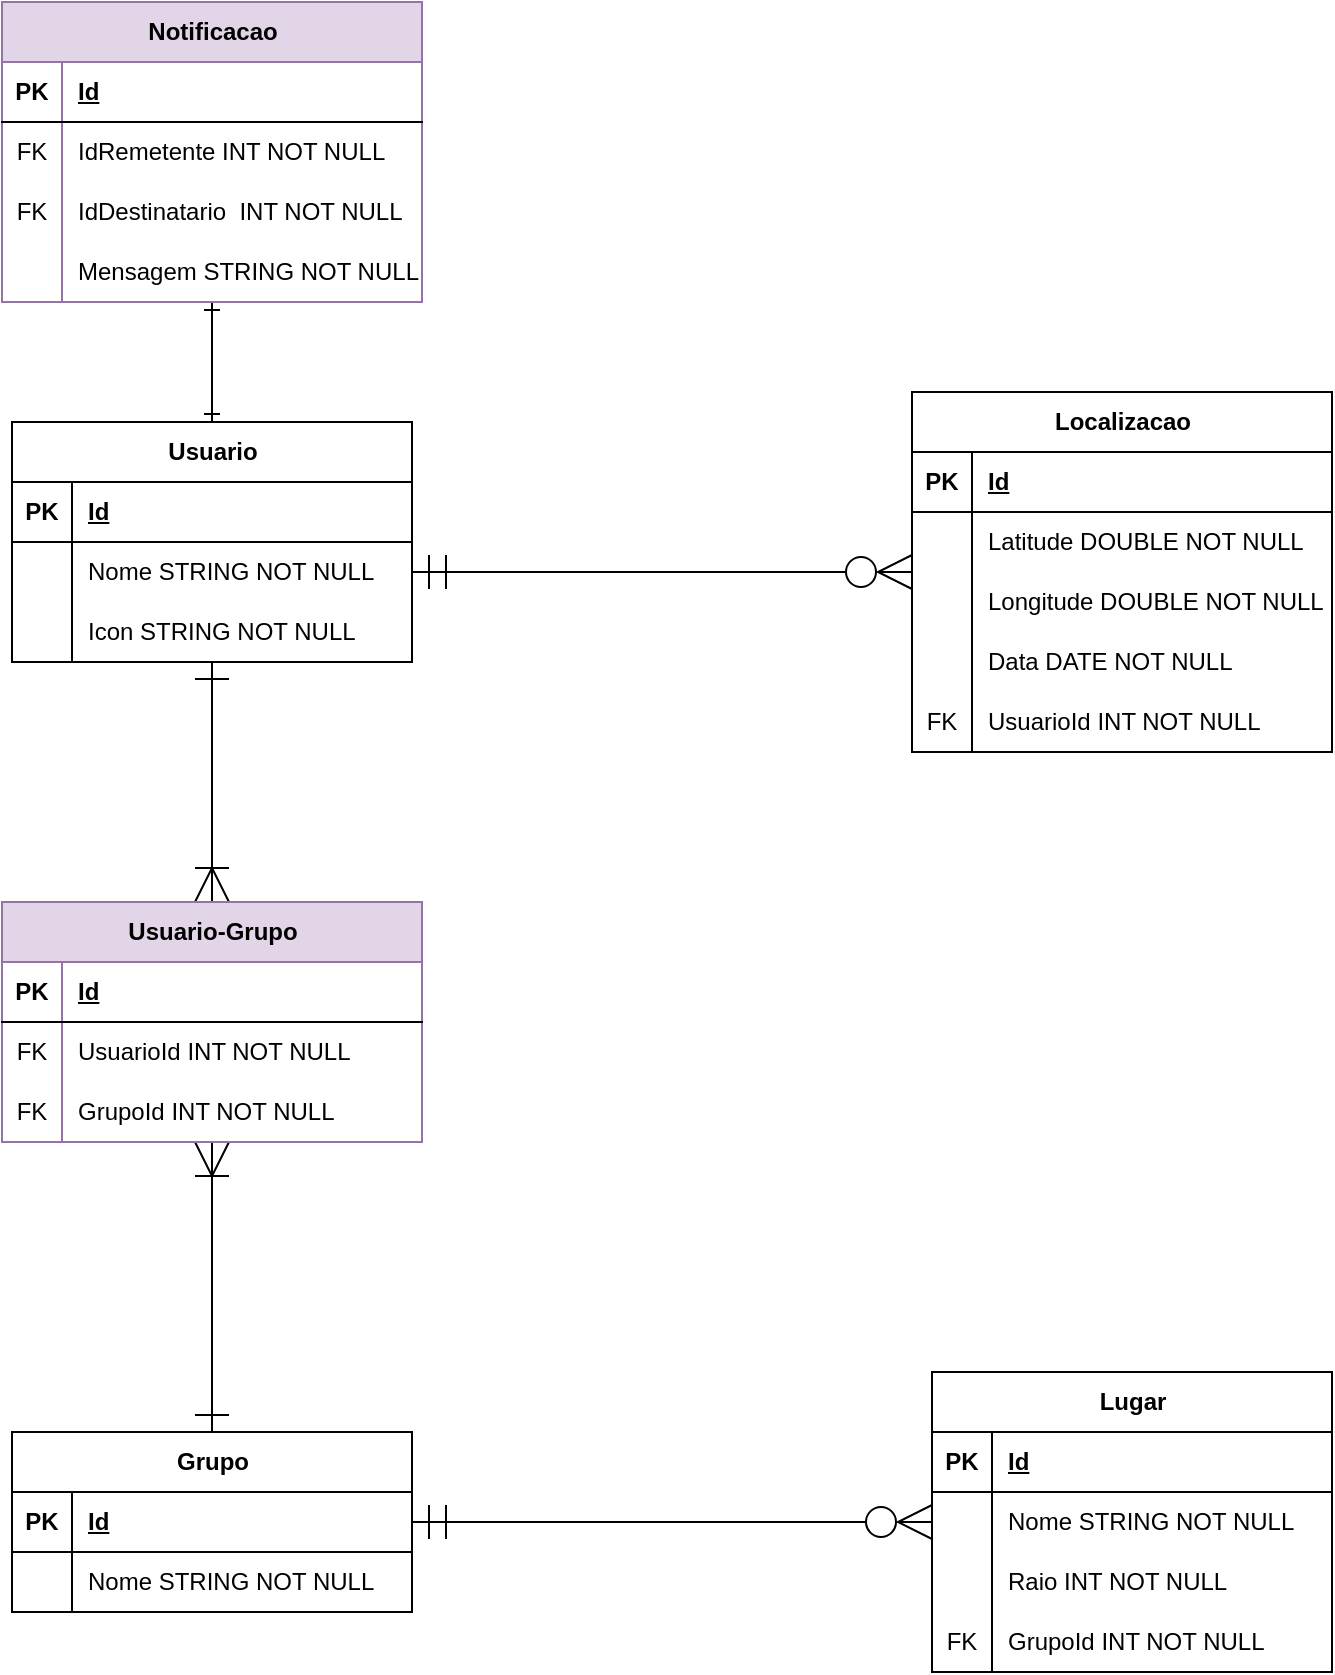
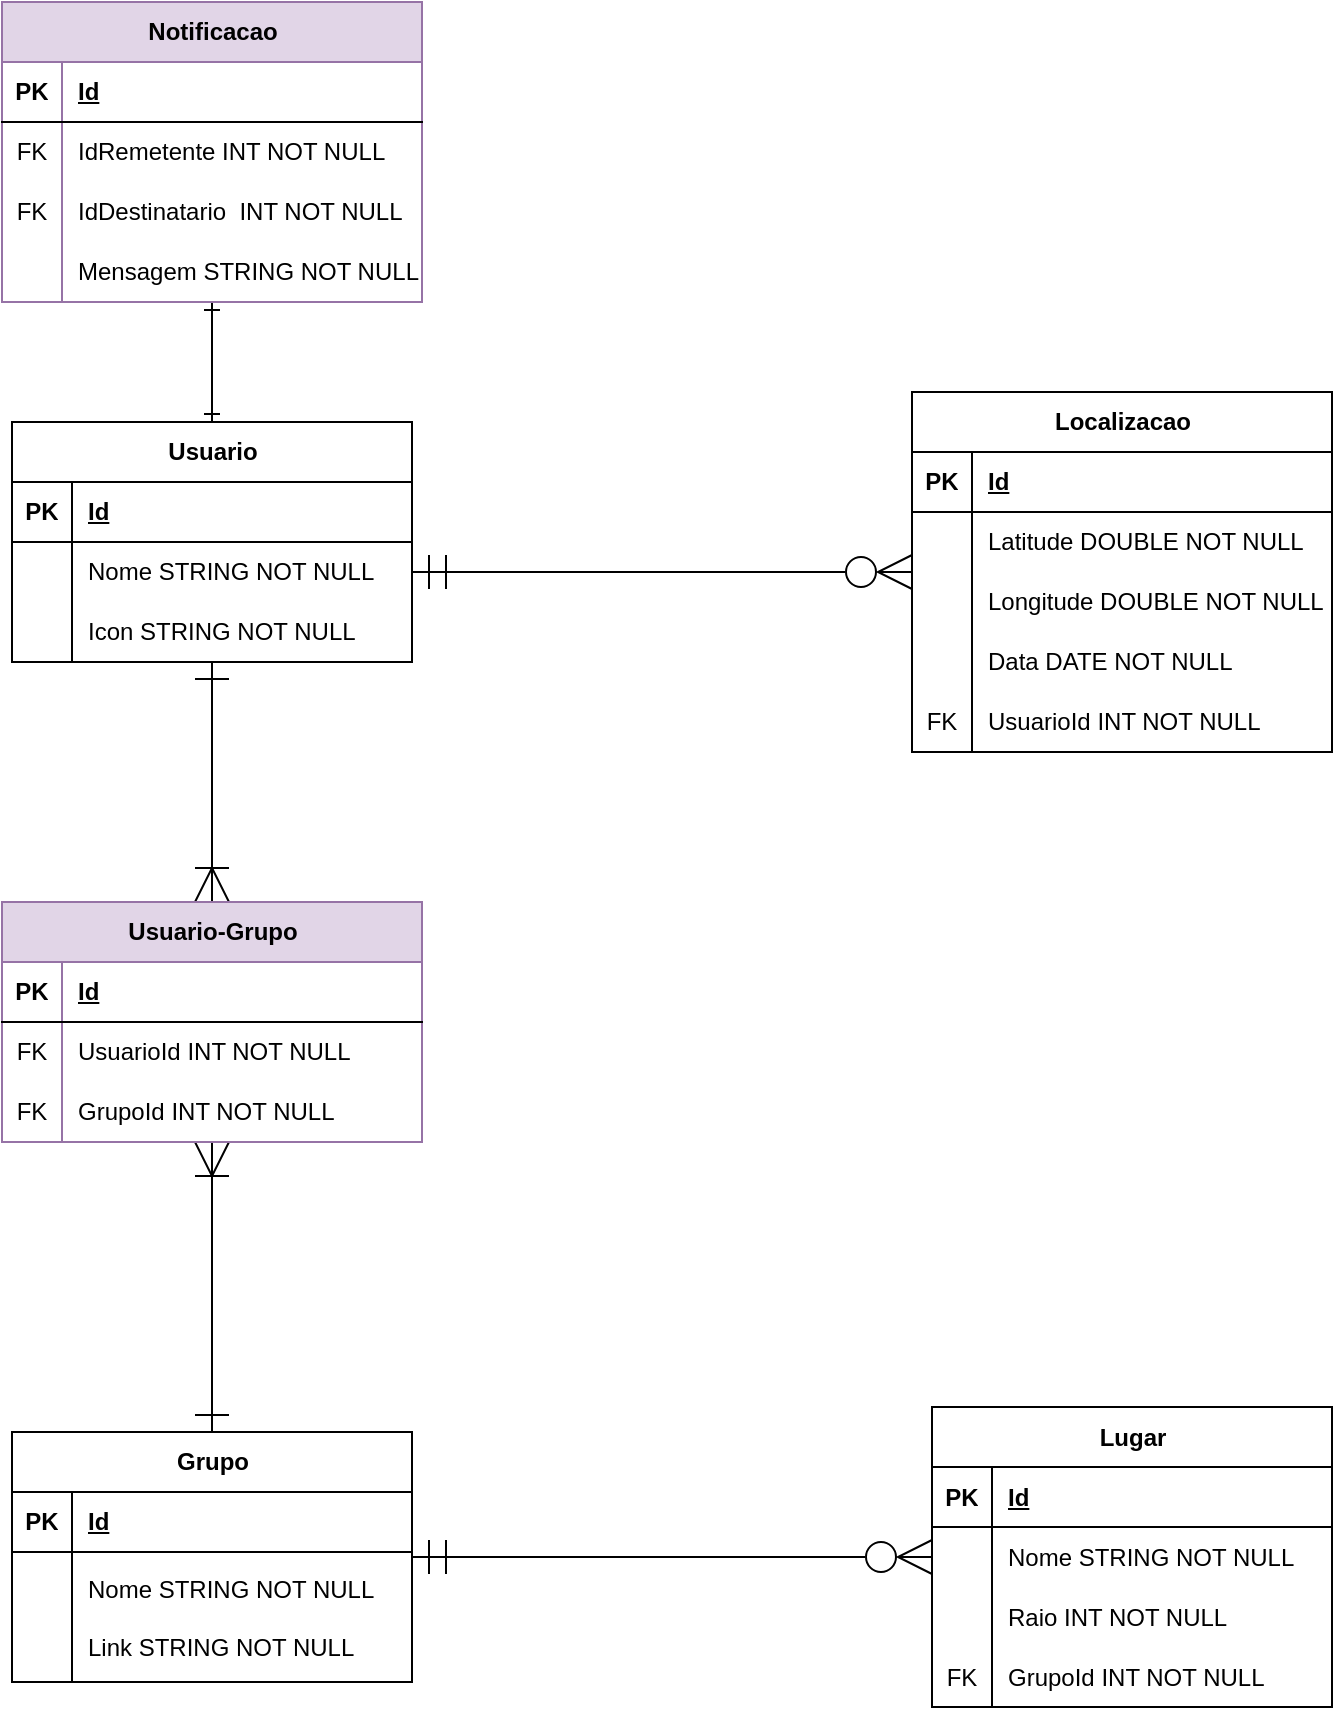
<mxfile host="app.diagrams.net">
  <diagram name="Page-1" id="m7b46AnM7cQUMJwsnzGu">
-     <mxGraphModel dx="774" dy="451" grid="1" gridSize="10" guides="1" tooltips="1" connect="1" arrows="1" fold="1" page="1" pageScale="1" pageWidth="850" pageHeight="1100" math="0" shadow="0">
+     <mxGraphModel dx="1144" dy="586" grid="1" gridSize="10" guides="1" tooltips="1" connect="1" arrows="1" fold="1" page="1" pageScale="1" pageWidth="850" pageHeight="1100" math="0" shadow="0">
      <root>
        <mxCell id="0" />
        <mxCell id="1" parent="0" />
        <mxCell id="LF8_kQ0iKdANGqN5hF_W-2" parent="1" style="shape=table;startSize=30;container=1;collapsible=1;childLayout=tableLayout;fixedRows=1;rowLines=0;fontStyle=1;align=center;resizeLast=1;html=1;" value="Usuario" vertex="1">
          <mxGeometry height="120" width="200" x="50" y="240" as="geometry" />
        </mxCell>
        <mxCell id="LF8_kQ0iKdANGqN5hF_W-3" parent="LF8_kQ0iKdANGqN5hF_W-2" style="shape=tableRow;horizontal=0;startSize=0;swimlaneHead=0;swimlaneBody=0;fillColor=none;collapsible=0;dropTarget=0;points=[[0,0.5],[1,0.5]];portConstraint=eastwest;top=0;left=0;right=0;bottom=1;" value="" vertex="1">
          <mxGeometry height="30" width="200" y="30" as="geometry" />
        </mxCell>
        <mxCell id="LF8_kQ0iKdANGqN5hF_W-4" parent="LF8_kQ0iKdANGqN5hF_W-3" style="shape=partialRectangle;connectable=0;fillColor=none;top=0;left=0;bottom=0;right=0;fontStyle=1;overflow=hidden;whiteSpace=wrap;html=1;" value="PK" vertex="1">
          <mxGeometry height="30" width="30" as="geometry">
            <mxRectangle height="30" width="30" as="alternateBounds" />
          </mxGeometry>
        </mxCell>
        <mxCell id="LF8_kQ0iKdANGqN5hF_W-5" parent="LF8_kQ0iKdANGqN5hF_W-3" style="shape=partialRectangle;connectable=0;fillColor=none;top=0;left=0;bottom=0;right=0;align=left;spacingLeft=6;fontStyle=5;overflow=hidden;whiteSpace=wrap;html=1;" value="Id" vertex="1">
          <mxGeometry height="30" width="170" x="30" as="geometry">
            <mxRectangle height="30" width="170" as="alternateBounds" />
          </mxGeometry>
        </mxCell>
        <mxCell id="LF8_kQ0iKdANGqN5hF_W-6" parent="LF8_kQ0iKdANGqN5hF_W-2" style="shape=tableRow;horizontal=0;startSize=0;swimlaneHead=0;swimlaneBody=0;fillColor=none;collapsible=0;dropTarget=0;points=[[0,0.5],[1,0.5]];portConstraint=eastwest;top=0;left=0;right=0;bottom=0;" value="" vertex="1">
          <mxGeometry height="30" width="200" y="60" as="geometry" />
        </mxCell>
        <mxCell id="LF8_kQ0iKdANGqN5hF_W-7" parent="LF8_kQ0iKdANGqN5hF_W-6" style="shape=partialRectangle;connectable=0;fillColor=none;top=0;left=0;bottom=0;right=0;editable=1;overflow=hidden;whiteSpace=wrap;html=1;" value="" vertex="1">
          <mxGeometry height="30" width="30" as="geometry">
            <mxRectangle height="30" width="30" as="alternateBounds" />
          </mxGeometry>
        </mxCell>
        <mxCell id="LF8_kQ0iKdANGqN5hF_W-8" parent="LF8_kQ0iKdANGqN5hF_W-6" style="shape=partialRectangle;connectable=0;fillColor=none;top=0;left=0;bottom=0;right=0;align=left;spacingLeft=6;overflow=hidden;whiteSpace=wrap;html=1;" value="Nome STRING NOT NULL" vertex="1">
          <mxGeometry height="30" width="170" x="30" as="geometry">
            <mxRectangle height="30" width="170" as="alternateBounds" />
          </mxGeometry>
        </mxCell>
        <mxCell id="LF8_kQ0iKdANGqN5hF_W-9" parent="LF8_kQ0iKdANGqN5hF_W-2" style="shape=tableRow;horizontal=0;startSize=0;swimlaneHead=0;swimlaneBody=0;fillColor=none;collapsible=0;dropTarget=0;points=[[0,0.5],[1,0.5]];portConstraint=eastwest;top=0;left=0;right=0;bottom=0;" value="" vertex="1">
          <mxGeometry height="30" width="200" y="90" as="geometry" />
        </mxCell>
        <mxCell id="LF8_kQ0iKdANGqN5hF_W-10" parent="LF8_kQ0iKdANGqN5hF_W-9" style="shape=partialRectangle;connectable=0;fillColor=none;top=0;left=0;bottom=0;right=0;editable=1;overflow=hidden;whiteSpace=wrap;html=1;" value="" vertex="1">
          <mxGeometry height="30" width="30" as="geometry">
            <mxRectangle height="30" width="30" as="alternateBounds" />
          </mxGeometry>
        </mxCell>
        <mxCell id="LF8_kQ0iKdANGqN5hF_W-11" parent="LF8_kQ0iKdANGqN5hF_W-9" style="shape=partialRectangle;connectable=0;fillColor=none;top=0;left=0;bottom=0;right=0;align=left;spacingLeft=6;overflow=hidden;whiteSpace=wrap;html=1;" value="Icon STRING NOT NULL" vertex="1">
          <mxGeometry height="30" width="170" x="30" as="geometry">
            <mxRectangle height="30" width="170" as="alternateBounds" />
          </mxGeometry>
        </mxCell>
        <mxCell id="LF8_kQ0iKdANGqN5hF_W-16" parent="1" style="shape=table;startSize=30;container=1;collapsible=1;childLayout=tableLayout;fixedRows=1;rowLines=0;fontStyle=1;align=center;resizeLast=1;html=1;" value="Lugar" vertex="1">
-           <mxGeometry height="150" width="200" x="510" y="715" as="geometry" />
+           <mxGeometry height="150" width="200" x="510" y="732.5" as="geometry" />
        </mxCell>
        <mxCell id="LF8_kQ0iKdANGqN5hF_W-17" parent="LF8_kQ0iKdANGqN5hF_W-16" style="shape=tableRow;horizontal=0;startSize=0;swimlaneHead=0;swimlaneBody=0;fillColor=none;collapsible=0;dropTarget=0;points=[[0,0.5],[1,0.5]];portConstraint=eastwest;top=0;left=0;right=0;bottom=1;" value="" vertex="1">
          <mxGeometry height="30" width="200" y="30" as="geometry" />
        </mxCell>
        <mxCell id="LF8_kQ0iKdANGqN5hF_W-18" parent="LF8_kQ0iKdANGqN5hF_W-17" style="shape=partialRectangle;connectable=0;fillColor=none;top=0;left=0;bottom=0;right=0;fontStyle=1;overflow=hidden;whiteSpace=wrap;html=1;" value="PK" vertex="1">
          <mxGeometry height="30" width="30" as="geometry">
            <mxRectangle height="30" width="30" as="alternateBounds" />
          </mxGeometry>
        </mxCell>
        <mxCell id="LF8_kQ0iKdANGqN5hF_W-19" parent="LF8_kQ0iKdANGqN5hF_W-17" style="shape=partialRectangle;connectable=0;fillColor=none;top=0;left=0;bottom=0;right=0;align=left;spacingLeft=6;fontStyle=5;overflow=hidden;whiteSpace=wrap;html=1;" value="Id" vertex="1">
          <mxGeometry height="30" width="170" x="30" as="geometry">
            <mxRectangle height="30" width="170" as="alternateBounds" />
          </mxGeometry>
        </mxCell>
        <mxCell id="LF8_kQ0iKdANGqN5hF_W-20" parent="LF8_kQ0iKdANGqN5hF_W-16" style="shape=tableRow;horizontal=0;startSize=0;swimlaneHead=0;swimlaneBody=0;fillColor=none;collapsible=0;dropTarget=0;points=[[0,0.5],[1,0.5]];portConstraint=eastwest;top=0;left=0;right=0;bottom=0;" value="" vertex="1">
          <mxGeometry height="30" width="200" y="60" as="geometry" />
        </mxCell>
        <mxCell id="LF8_kQ0iKdANGqN5hF_W-21" parent="LF8_kQ0iKdANGqN5hF_W-20" style="shape=partialRectangle;connectable=0;fillColor=none;top=0;left=0;bottom=0;right=0;editable=1;overflow=hidden;whiteSpace=wrap;html=1;" value="" vertex="1">
          <mxGeometry height="30" width="30" as="geometry">
            <mxRectangle height="30" width="30" as="alternateBounds" />
          </mxGeometry>
        </mxCell>
        <mxCell id="LF8_kQ0iKdANGqN5hF_W-22" parent="LF8_kQ0iKdANGqN5hF_W-20" style="shape=partialRectangle;connectable=0;fillColor=none;top=0;left=0;bottom=0;right=0;align=left;spacingLeft=6;overflow=hidden;whiteSpace=wrap;html=1;" value="Nome STRING NOT NULL" vertex="1">
          <mxGeometry height="30" width="170" x="30" as="geometry">
            <mxRectangle height="30" width="170" as="alternateBounds" />
          </mxGeometry>
        </mxCell>
        <mxCell id="LF8_kQ0iKdANGqN5hF_W-23" parent="LF8_kQ0iKdANGqN5hF_W-16" style="shape=tableRow;horizontal=0;startSize=0;swimlaneHead=0;swimlaneBody=0;fillColor=none;collapsible=0;dropTarget=0;points=[[0,0.5],[1,0.5]];portConstraint=eastwest;top=0;left=0;right=0;bottom=0;" value="" vertex="1">
          <mxGeometry height="30" width="200" y="90" as="geometry" />
        </mxCell>
        <mxCell id="LF8_kQ0iKdANGqN5hF_W-24" parent="LF8_kQ0iKdANGqN5hF_W-23" style="shape=partialRectangle;connectable=0;fillColor=none;top=0;left=0;bottom=0;right=0;editable=1;overflow=hidden;whiteSpace=wrap;html=1;" value="" vertex="1">
          <mxGeometry height="30" width="30" as="geometry">
            <mxRectangle height="30" width="30" as="alternateBounds" />
          </mxGeometry>
        </mxCell>
        <mxCell id="LF8_kQ0iKdANGqN5hF_W-25" parent="LF8_kQ0iKdANGqN5hF_W-23" style="shape=partialRectangle;connectable=0;fillColor=none;top=0;left=0;bottom=0;right=0;align=left;spacingLeft=6;overflow=hidden;whiteSpace=wrap;html=1;" value="Raio INT NOT NULL" vertex="1">
          <mxGeometry height="30" width="170" x="30" as="geometry">
            <mxRectangle height="30" width="170" as="alternateBounds" />
          </mxGeometry>
        </mxCell>
        <mxCell id="LF8_kQ0iKdANGqN5hF_W-58" parent="LF8_kQ0iKdANGqN5hF_W-16" style="shape=tableRow;horizontal=0;startSize=0;swimlaneHead=0;swimlaneBody=0;fillColor=none;collapsible=0;dropTarget=0;points=[[0,0.5],[1,0.5]];portConstraint=eastwest;top=0;left=0;right=0;bottom=0;" value="" vertex="1">
          <mxGeometry height="30" width="200" y="120" as="geometry" />
        </mxCell>
        <mxCell id="LF8_kQ0iKdANGqN5hF_W-59" parent="LF8_kQ0iKdANGqN5hF_W-58" style="shape=partialRectangle;connectable=0;fillColor=none;top=0;left=0;bottom=0;right=0;editable=1;overflow=hidden;whiteSpace=wrap;html=1;" value="FK" vertex="1">
          <mxGeometry height="30" width="30" as="geometry">
            <mxRectangle height="30" width="30" as="alternateBounds" />
          </mxGeometry>
        </mxCell>
        <mxCell id="LF8_kQ0iKdANGqN5hF_W-60" parent="LF8_kQ0iKdANGqN5hF_W-58" style="shape=partialRectangle;connectable=0;fillColor=none;top=0;left=0;bottom=0;right=0;align=left;spacingLeft=6;overflow=hidden;whiteSpace=wrap;html=1;" value="GrupoId INT NOT NULL" vertex="1">
          <mxGeometry height="30" width="170" x="30" as="geometry">
            <mxRectangle height="30" width="170" as="alternateBounds" />
          </mxGeometry>
        </mxCell>
        <mxCell id="LF8_kQ0iKdANGqN5hF_W-61" edge="1" parent="1" source="LF8_kQ0iKdANGqN5hF_W-26" style="edgeStyle=orthogonalEdgeStyle;rounded=0;orthogonalLoop=1;jettySize=auto;html=1;startSize=15;endSize=15;endArrow=ERzeroToMany;endFill=0;startArrow=ERmandOne;startFill=0;" target="LF8_kQ0iKdANGqN5hF_W-16">
          <mxGeometry relative="1" as="geometry" />
        </mxCell>
        <mxCell id="LF8_kQ0iKdANGqN5hF_W-26" parent="1" style="shape=table;startSize=30;container=1;collapsible=1;childLayout=tableLayout;fixedRows=1;rowLines=0;fontStyle=1;align=center;resizeLast=1;html=1;" value="Grupo" vertex="1">
-           <mxGeometry height="90" width="200" x="50" y="745" as="geometry" />
+           <mxGeometry height="125" width="200" x="50" y="745" as="geometry" />
        </mxCell>
        <mxCell id="LF8_kQ0iKdANGqN5hF_W-27" parent="LF8_kQ0iKdANGqN5hF_W-26" style="shape=tableRow;horizontal=0;startSize=0;swimlaneHead=0;swimlaneBody=0;fillColor=none;collapsible=0;dropTarget=0;points=[[0,0.5],[1,0.5]];portConstraint=eastwest;top=0;left=0;right=0;bottom=1;" value="" vertex="1">
          <mxGeometry height="30" width="200" y="30" as="geometry" />
        </mxCell>
        <mxCell id="LF8_kQ0iKdANGqN5hF_W-28" parent="LF8_kQ0iKdANGqN5hF_W-27" style="shape=partialRectangle;connectable=0;fillColor=none;top=0;left=0;bottom=0;right=0;fontStyle=1;overflow=hidden;whiteSpace=wrap;html=1;" value="PK" vertex="1">
          <mxGeometry height="30" width="30" as="geometry">
            <mxRectangle height="30" width="30" as="alternateBounds" />
          </mxGeometry>
        </mxCell>
        <mxCell id="LF8_kQ0iKdANGqN5hF_W-29" parent="LF8_kQ0iKdANGqN5hF_W-27" style="shape=partialRectangle;connectable=0;fillColor=none;top=0;left=0;bottom=0;right=0;align=left;spacingLeft=6;fontStyle=5;overflow=hidden;whiteSpace=wrap;html=1;" value="Id" vertex="1">
          <mxGeometry height="30" width="170" x="30" as="geometry">
            <mxRectangle height="30" width="170" as="alternateBounds" />
          </mxGeometry>
        </mxCell>
        <mxCell id="LF8_kQ0iKdANGqN5hF_W-30" parent="LF8_kQ0iKdANGqN5hF_W-26" style="shape=tableRow;horizontal=0;startSize=0;swimlaneHead=0;swimlaneBody=0;fillColor=none;collapsible=0;dropTarget=0;points=[[0,0.5],[1,0.5]];portConstraint=eastwest;top=0;left=0;right=0;bottom=0;" value="" vertex="1">
-           <mxGeometry height="30" width="200" y="60" as="geometry" />
+           <mxGeometry height="65" width="200" y="60" as="geometry" />
        </mxCell>
        <mxCell id="LF8_kQ0iKdANGqN5hF_W-31" parent="LF8_kQ0iKdANGqN5hF_W-30" style="shape=partialRectangle;connectable=0;fillColor=none;top=0;left=0;bottom=0;right=0;editable=1;overflow=hidden;whiteSpace=wrap;html=1;" value="" vertex="1">
-           <mxGeometry height="30" width="30" as="geometry">
-             <mxRectangle height="30" width="30" as="alternateBounds" />
-           </mxGeometry>
-         </mxCell>
-         <mxCell id="LF8_kQ0iKdANGqN5hF_W-32" parent="LF8_kQ0iKdANGqN5hF_W-30" style="shape=partialRectangle;connectable=0;fillColor=none;top=0;left=0;bottom=0;right=0;align=left;spacingLeft=6;overflow=hidden;whiteSpace=wrap;html=1;" value="Nome STRING NOT NULL" vertex="1">
-           <mxGeometry height="30" width="170" x="30" as="geometry">
-             <mxRectangle height="30" width="170" as="alternateBounds" />
+           <mxGeometry height="65" width="30" as="geometry">
+             <mxRectangle height="65" width="30" as="alternateBounds" />
+           </mxGeometry>
+         </mxCell>
+         <mxCell id="LF8_kQ0iKdANGqN5hF_W-32" parent="LF8_kQ0iKdANGqN5hF_W-30" style="shape=partialRectangle;connectable=0;fillColor=none;top=0;left=0;bottom=0;right=0;align=left;spacingLeft=6;overflow=hidden;whiteSpace=wrap;html=1;" value="Nome STRING NOT NULL&lt;br&gt;&lt;br&gt;Link STRING NOT NULL" vertex="1">
+           <mxGeometry height="65" width="170" x="30" as="geometry">
+             <mxRectangle height="65" width="170" as="alternateBounds" />
          </mxGeometry>
        </mxCell>
        <mxCell id="LF8_kQ0iKdANGqN5hF_W-46" edge="1" parent="1" source="pwChbauiJQ-CAq7XykuY-1" style="edgeStyle=orthogonalEdgeStyle;rounded=0;orthogonalLoop=1;jettySize=auto;html=1;endSize=15;startSize=15;endArrow=ERone;endFill=0;startArrow=ERoneToMany;startFill=0;" target="LF8_kQ0iKdANGqN5hF_W-2">
          <mxGeometry relative="1" as="geometry">
            <mxPoint x="145" y="380" as="sourcePoint" />
          </mxGeometry>
        </mxCell>
        <mxCell id="LF8_kQ0iKdANGqN5hF_W-63" parent="1" style="shape=table;startSize=30;container=1;collapsible=1;childLayout=tableLayout;fixedRows=1;rowLines=0;fontStyle=1;align=center;resizeLast=1;html=1;" value="Localizacao" vertex="1">
          <mxGeometry height="180" width="210" x="500" y="225" as="geometry" />
        </mxCell>
        <mxCell id="LF8_kQ0iKdANGqN5hF_W-64" parent="LF8_kQ0iKdANGqN5hF_W-63" style="shape=tableRow;horizontal=0;startSize=0;swimlaneHead=0;swimlaneBody=0;fillColor=none;collapsible=0;dropTarget=0;points=[[0,0.5],[1,0.5]];portConstraint=eastwest;top=0;left=0;right=0;bottom=1;" value="" vertex="1">
          <mxGeometry height="30" width="210" y="30" as="geometry" />
        </mxCell>
        <mxCell id="LF8_kQ0iKdANGqN5hF_W-65" parent="LF8_kQ0iKdANGqN5hF_W-64" style="shape=partialRectangle;connectable=0;fillColor=none;top=0;left=0;bottom=0;right=0;fontStyle=1;overflow=hidden;whiteSpace=wrap;html=1;" value="PK" vertex="1">
          <mxGeometry height="30" width="30" as="geometry">
            <mxRectangle height="30" width="30" as="alternateBounds" />
          </mxGeometry>
        </mxCell>
        <mxCell id="LF8_kQ0iKdANGqN5hF_W-66" parent="LF8_kQ0iKdANGqN5hF_W-64" style="shape=partialRectangle;connectable=0;fillColor=none;top=0;left=0;bottom=0;right=0;align=left;spacingLeft=6;fontStyle=5;overflow=hidden;whiteSpace=wrap;html=1;" value="Id" vertex="1">
          <mxGeometry height="30" width="180" x="30" as="geometry">
            <mxRectangle height="30" width="180" as="alternateBounds" />
          </mxGeometry>
        </mxCell>
        <mxCell id="LF8_kQ0iKdANGqN5hF_W-67" parent="LF8_kQ0iKdANGqN5hF_W-63" style="shape=tableRow;horizontal=0;startSize=0;swimlaneHead=0;swimlaneBody=0;fillColor=none;collapsible=0;dropTarget=0;points=[[0,0.5],[1,0.5]];portConstraint=eastwest;top=0;left=0;right=0;bottom=0;" value="" vertex="1">
          <mxGeometry height="30" width="210" y="60" as="geometry" />
        </mxCell>
        <mxCell id="LF8_kQ0iKdANGqN5hF_W-68" parent="LF8_kQ0iKdANGqN5hF_W-67" style="shape=partialRectangle;connectable=0;fillColor=none;top=0;left=0;bottom=0;right=0;editable=1;overflow=hidden;whiteSpace=wrap;html=1;" value="" vertex="1">
          <mxGeometry height="30" width="30" as="geometry">
            <mxRectangle height="30" width="30" as="alternateBounds" />
          </mxGeometry>
        </mxCell>
        <mxCell id="LF8_kQ0iKdANGqN5hF_W-69" parent="LF8_kQ0iKdANGqN5hF_W-67" style="shape=partialRectangle;connectable=0;fillColor=none;top=0;left=0;bottom=0;right=0;align=left;spacingLeft=6;overflow=hidden;whiteSpace=wrap;html=1;" value="Latitude DOUBLE NOT NULL" vertex="1">
          <mxGeometry height="30" width="180" x="30" as="geometry">
            <mxRectangle height="30" width="180" as="alternateBounds" />
          </mxGeometry>
        </mxCell>
        <mxCell id="LF8_kQ0iKdANGqN5hF_W-70" parent="LF8_kQ0iKdANGqN5hF_W-63" style="shape=tableRow;horizontal=0;startSize=0;swimlaneHead=0;swimlaneBody=0;fillColor=none;collapsible=0;dropTarget=0;points=[[0,0.5],[1,0.5]];portConstraint=eastwest;top=0;left=0;right=0;bottom=0;" value="" vertex="1">
          <mxGeometry height="30" width="210" y="90" as="geometry" />
        </mxCell>
        <mxCell id="LF8_kQ0iKdANGqN5hF_W-71" parent="LF8_kQ0iKdANGqN5hF_W-70" style="shape=partialRectangle;connectable=0;fillColor=none;top=0;left=0;bottom=0;right=0;editable=1;overflow=hidden;whiteSpace=wrap;html=1;" value="" vertex="1">
          <mxGeometry height="30" width="30" as="geometry">
            <mxRectangle height="30" width="30" as="alternateBounds" />
          </mxGeometry>
        </mxCell>
        <mxCell id="LF8_kQ0iKdANGqN5hF_W-72" parent="LF8_kQ0iKdANGqN5hF_W-70" style="shape=partialRectangle;connectable=0;fillColor=none;top=0;left=0;bottom=0;right=0;align=left;spacingLeft=6;overflow=hidden;whiteSpace=wrap;html=1;" value="Longitude DOUBLE NOT NULL" vertex="1">
          <mxGeometry height="30" width="180" x="30" as="geometry">
            <mxRectangle height="30" width="180" as="alternateBounds" />
          </mxGeometry>
        </mxCell>
        <mxCell id="LF8_kQ0iKdANGqN5hF_W-73" parent="LF8_kQ0iKdANGqN5hF_W-63" style="shape=tableRow;horizontal=0;startSize=0;swimlaneHead=0;swimlaneBody=0;fillColor=none;collapsible=0;dropTarget=0;points=[[0,0.5],[1,0.5]];portConstraint=eastwest;top=0;left=0;right=0;bottom=0;" value="" vertex="1">
          <mxGeometry height="30" width="210" y="120" as="geometry" />
        </mxCell>
        <mxCell id="LF8_kQ0iKdANGqN5hF_W-74" parent="LF8_kQ0iKdANGqN5hF_W-73" style="shape=partialRectangle;connectable=0;fillColor=none;top=0;left=0;bottom=0;right=0;editable=1;overflow=hidden;whiteSpace=wrap;html=1;" value="" vertex="1">
          <mxGeometry height="30" width="30" as="geometry">
            <mxRectangle height="30" width="30" as="alternateBounds" />
          </mxGeometry>
        </mxCell>
        <mxCell id="LF8_kQ0iKdANGqN5hF_W-75" parent="LF8_kQ0iKdANGqN5hF_W-73" style="shape=partialRectangle;connectable=0;fillColor=none;top=0;left=0;bottom=0;right=0;align=left;spacingLeft=6;overflow=hidden;whiteSpace=wrap;html=1;" value="Data DATE NOT NULL" vertex="1">
          <mxGeometry height="30" width="180" x="30" as="geometry">
            <mxRectangle height="30" width="180" as="alternateBounds" />
          </mxGeometry>
        </mxCell>
        <mxCell id="LF8_kQ0iKdANGqN5hF_W-76" parent="LF8_kQ0iKdANGqN5hF_W-63" style="shape=tableRow;horizontal=0;startSize=0;swimlaneHead=0;swimlaneBody=0;fillColor=none;collapsible=0;dropTarget=0;points=[[0,0.5],[1,0.5]];portConstraint=eastwest;top=0;left=0;right=0;bottom=0;" value="" vertex="1">
          <mxGeometry height="30" width="210" y="150" as="geometry" />
        </mxCell>
        <mxCell id="LF8_kQ0iKdANGqN5hF_W-77" parent="LF8_kQ0iKdANGqN5hF_W-76" style="shape=partialRectangle;connectable=0;fillColor=none;top=0;left=0;bottom=0;right=0;editable=1;overflow=hidden;whiteSpace=wrap;html=1;" value="FK" vertex="1">
          <mxGeometry height="30" width="30" as="geometry">
            <mxRectangle height="30" width="30" as="alternateBounds" />
          </mxGeometry>
        </mxCell>
        <mxCell id="LF8_kQ0iKdANGqN5hF_W-78" parent="LF8_kQ0iKdANGqN5hF_W-76" style="shape=partialRectangle;connectable=0;fillColor=none;top=0;left=0;bottom=0;right=0;align=left;spacingLeft=6;overflow=hidden;whiteSpace=wrap;html=1;" value="UsuarioId INT NOT NULL" vertex="1">
          <mxGeometry height="30" width="180" x="30" as="geometry">
            <mxRectangle height="30" width="180" as="alternateBounds" />
          </mxGeometry>
        </mxCell>
        <mxCell id="LF8_kQ0iKdANGqN5hF_W-79" edge="1" parent="1" source="LF8_kQ0iKdANGqN5hF_W-6" style="edgeStyle=orthogonalEdgeStyle;rounded=0;orthogonalLoop=1;jettySize=auto;html=1;exitX=1;exitY=0.5;exitDx=0;exitDy=0;startSize=15;endSize=15;endArrow=ERzeroToMany;endFill=0;startArrow=ERmandOne;startFill=0;" target="LF8_kQ0iKdANGqN5hF_W-63">
          <mxGeometry relative="1" as="geometry" />
        </mxCell>
        <mxCell id="pwChbauiJQ-CAq7XykuY-17" edge="1" parent="1" source="pwChbauiJQ-CAq7XykuY-1" style="edgeStyle=orthogonalEdgeStyle;rounded=0;orthogonalLoop=1;jettySize=auto;html=1;endSize=15;startSize=15;endArrow=ERone;endFill=0;startArrow=ERoneToMany;startFill=0;entryX=0.5;entryY=0;entryDx=0;entryDy=0;" target="LF8_kQ0iKdANGqN5hF_W-26" value="">
          <mxGeometry relative="1" as="geometry">
            <mxPoint x="150" y="745" as="sourcePoint" />
            <mxPoint x="150" y="505" as="targetPoint" />
          </mxGeometry>
        </mxCell>
        <mxCell id="pwChbauiJQ-CAq7XykuY-1" parent="1" style="shape=table;startSize=30;container=1;collapsible=1;childLayout=tableLayout;fixedRows=1;rowLines=0;fontStyle=1;align=center;resizeLast=1;html=1;fillColor=#e1d5e7;strokeColor=#9673a6;" value="Usuario-Grupo" vertex="1">
          <mxGeometry height="120" width="210" x="45" y="480" as="geometry" />
        </mxCell>
        <mxCell id="pwChbauiJQ-CAq7XykuY-2" parent="pwChbauiJQ-CAq7XykuY-1" style="shape=tableRow;horizontal=0;startSize=0;swimlaneHead=0;swimlaneBody=0;fillColor=none;collapsible=0;dropTarget=0;points=[[0,0.5],[1,0.5]];portConstraint=eastwest;top=0;left=0;right=0;bottom=1;" value="" vertex="1">
          <mxGeometry height="30" width="210" y="30" as="geometry" />
        </mxCell>
        <mxCell id="pwChbauiJQ-CAq7XykuY-3" parent="pwChbauiJQ-CAq7XykuY-2" style="shape=partialRectangle;connectable=0;fillColor=none;top=0;left=0;bottom=0;right=0;fontStyle=1;overflow=hidden;whiteSpace=wrap;html=1;" value="PK" vertex="1">
          <mxGeometry height="30" width="30" as="geometry">
            <mxRectangle height="30" width="30" as="alternateBounds" />
          </mxGeometry>
        </mxCell>
        <mxCell id="pwChbauiJQ-CAq7XykuY-4" parent="pwChbauiJQ-CAq7XykuY-2" style="shape=partialRectangle;connectable=0;fillColor=none;top=0;left=0;bottom=0;right=0;align=left;spacingLeft=6;fontStyle=5;overflow=hidden;whiteSpace=wrap;html=1;" value="Id" vertex="1">
          <mxGeometry height="30" width="180" x="30" as="geometry">
            <mxRectangle height="30" width="180" as="alternateBounds" />
          </mxGeometry>
        </mxCell>
        <mxCell id="pwChbauiJQ-CAq7XykuY-14" parent="pwChbauiJQ-CAq7XykuY-1" style="shape=tableRow;horizontal=0;startSize=0;swimlaneHead=0;swimlaneBody=0;fillColor=none;collapsible=0;dropTarget=0;points=[[0,0.5],[1,0.5]];portConstraint=eastwest;top=0;left=0;right=0;bottom=0;" value="" vertex="1">
          <mxGeometry height="30" width="210" y="60" as="geometry" />
        </mxCell>
        <mxCell id="pwChbauiJQ-CAq7XykuY-15" parent="pwChbauiJQ-CAq7XykuY-14" style="shape=partialRectangle;connectable=0;fillColor=none;top=0;left=0;bottom=0;right=0;editable=1;overflow=hidden;whiteSpace=wrap;html=1;" value="FK" vertex="1">
          <mxGeometry height="30" width="30" as="geometry">
            <mxRectangle height="30" width="30" as="alternateBounds" />
          </mxGeometry>
        </mxCell>
        <mxCell id="pwChbauiJQ-CAq7XykuY-16" parent="pwChbauiJQ-CAq7XykuY-14" style="shape=partialRectangle;connectable=0;fillColor=none;top=0;left=0;bottom=0;right=0;align=left;spacingLeft=6;overflow=hidden;whiteSpace=wrap;html=1;" value="UsuarioId INT NOT NULL" vertex="1">
          <mxGeometry height="30" width="180" x="30" as="geometry">
            <mxRectangle height="30" width="180" as="alternateBounds" />
          </mxGeometry>
        </mxCell>
        <mxCell id="pwChbauiJQ-CAq7XykuY-20" parent="pwChbauiJQ-CAq7XykuY-1" style="shape=tableRow;horizontal=0;startSize=0;swimlaneHead=0;swimlaneBody=0;fillColor=none;collapsible=0;dropTarget=0;points=[[0,0.5],[1,0.5]];portConstraint=eastwest;top=0;left=0;right=0;bottom=0;" vertex="1">
          <mxGeometry height="30" width="210" y="90" as="geometry" />
        </mxCell>
        <mxCell id="pwChbauiJQ-CAq7XykuY-21" parent="pwChbauiJQ-CAq7XykuY-20" style="shape=partialRectangle;connectable=0;fillColor=none;top=0;left=0;bottom=0;right=0;editable=1;overflow=hidden;whiteSpace=wrap;html=1;" value="FK" vertex="1">
          <mxGeometry height="30" width="30" as="geometry">
            <mxRectangle height="30" width="30" as="alternateBounds" />
          </mxGeometry>
        </mxCell>
        <mxCell id="pwChbauiJQ-CAq7XykuY-22" parent="pwChbauiJQ-CAq7XykuY-20" style="shape=partialRectangle;connectable=0;fillColor=none;top=0;left=0;bottom=0;right=0;align=left;spacingLeft=6;overflow=hidden;whiteSpace=wrap;html=1;" value="GrupoId INT NOT NULL" vertex="1">
          <mxGeometry height="30" width="180" x="30" as="geometry">
            <mxRectangle height="30" width="180" as="alternateBounds" />
          </mxGeometry>
        </mxCell>
        <mxCell id="pwChbauiJQ-CAq7XykuY-36" edge="1" parent="1" source="pwChbauiJQ-CAq7XykuY-23" style="edgeStyle=orthogonalEdgeStyle;rounded=0;orthogonalLoop=1;jettySize=auto;html=1;entryX=0.5;entryY=0;entryDx=0;entryDy=0;endArrow=ERone;endFill=0;startArrow=ERone;startFill=0;" target="LF8_kQ0iKdANGqN5hF_W-2">
          <mxGeometry relative="1" as="geometry" />
        </mxCell>
        <mxCell id="pwChbauiJQ-CAq7XykuY-23" parent="1" style="shape=table;startSize=30;container=1;collapsible=1;childLayout=tableLayout;fixedRows=1;rowLines=0;fontStyle=1;align=center;resizeLast=1;html=1;fillColor=#e1d5e7;strokeColor=#9673a6;" value="Notificacao" vertex="1">
          <mxGeometry height="150" width="210" x="45" y="30" as="geometry" />
        </mxCell>
        <mxCell id="pwChbauiJQ-CAq7XykuY-24" parent="pwChbauiJQ-CAq7XykuY-23" style="shape=tableRow;horizontal=0;startSize=0;swimlaneHead=0;swimlaneBody=0;fillColor=none;collapsible=0;dropTarget=0;points=[[0,0.5],[1,0.5]];portConstraint=eastwest;top=0;left=0;right=0;bottom=1;" value="" vertex="1">
          <mxGeometry height="30" width="210" y="30" as="geometry" />
        </mxCell>
        <mxCell id="pwChbauiJQ-CAq7XykuY-25" parent="pwChbauiJQ-CAq7XykuY-24" style="shape=partialRectangle;connectable=0;fillColor=none;top=0;left=0;bottom=0;right=0;fontStyle=1;overflow=hidden;whiteSpace=wrap;html=1;" value="PK" vertex="1">
          <mxGeometry height="30" width="30" as="geometry">
            <mxRectangle height="30" width="30" as="alternateBounds" />
          </mxGeometry>
        </mxCell>
        <mxCell id="pwChbauiJQ-CAq7XykuY-26" parent="pwChbauiJQ-CAq7XykuY-24" style="shape=partialRectangle;connectable=0;fillColor=none;top=0;left=0;bottom=0;right=0;align=left;spacingLeft=6;fontStyle=5;overflow=hidden;whiteSpace=wrap;html=1;" value="Id" vertex="1">
          <mxGeometry height="30" width="180" x="30" as="geometry">
            <mxRectangle height="30" width="180" as="alternateBounds" />
          </mxGeometry>
        </mxCell>
        <mxCell id="pwChbauiJQ-CAq7XykuY-27" parent="pwChbauiJQ-CAq7XykuY-23" style="shape=tableRow;horizontal=0;startSize=0;swimlaneHead=0;swimlaneBody=0;fillColor=none;collapsible=0;dropTarget=0;points=[[0,0.5],[1,0.5]];portConstraint=eastwest;top=0;left=0;right=0;bottom=0;" value="" vertex="1">
          <mxGeometry height="30" width="210" y="60" as="geometry" />
        </mxCell>
        <mxCell id="pwChbauiJQ-CAq7XykuY-28" parent="pwChbauiJQ-CAq7XykuY-27" style="shape=partialRectangle;connectable=0;fillColor=none;top=0;left=0;bottom=0;right=0;editable=1;overflow=hidden;whiteSpace=wrap;html=1;" value="FK" vertex="1">
          <mxGeometry height="30" width="30" as="geometry">
            <mxRectangle height="30" width="30" as="alternateBounds" />
          </mxGeometry>
        </mxCell>
        <mxCell id="pwChbauiJQ-CAq7XykuY-29" parent="pwChbauiJQ-CAq7XykuY-27" style="shape=partialRectangle;connectable=0;fillColor=none;top=0;left=0;bottom=0;right=0;align=left;spacingLeft=6;overflow=hidden;whiteSpace=wrap;html=1;" value="IdRemetente INT NOT NULL" vertex="1">
          <mxGeometry height="30" width="180" x="30" as="geometry">
            <mxRectangle height="30" width="180" as="alternateBounds" />
          </mxGeometry>
        </mxCell>
        <mxCell id="pwChbauiJQ-CAq7XykuY-30" parent="pwChbauiJQ-CAq7XykuY-23" style="shape=tableRow;horizontal=0;startSize=0;swimlaneHead=0;swimlaneBody=0;fillColor=none;collapsible=0;dropTarget=0;points=[[0,0.5],[1,0.5]];portConstraint=eastwest;top=0;left=0;right=0;bottom=0;" vertex="1">
          <mxGeometry height="30" width="210" y="90" as="geometry" />
        </mxCell>
        <mxCell id="pwChbauiJQ-CAq7XykuY-31" parent="pwChbauiJQ-CAq7XykuY-30" style="shape=partialRectangle;connectable=0;fillColor=none;top=0;left=0;bottom=0;right=0;editable=1;overflow=hidden;whiteSpace=wrap;html=1;" value="FK" vertex="1">
          <mxGeometry height="30" width="30" as="geometry">
            <mxRectangle height="30" width="30" as="alternateBounds" />
          </mxGeometry>
        </mxCell>
        <mxCell id="pwChbauiJQ-CAq7XykuY-32" parent="pwChbauiJQ-CAq7XykuY-30" style="shape=partialRectangle;connectable=0;fillColor=none;top=0;left=0;bottom=0;right=0;align=left;spacingLeft=6;overflow=hidden;whiteSpace=wrap;html=1;" value="IdDestinatario&amp;nbsp; INT NOT NULL" vertex="1">
          <mxGeometry height="30" width="180" x="30" as="geometry">
            <mxRectangle height="30" width="180" as="alternateBounds" />
          </mxGeometry>
        </mxCell>
        <mxCell id="pwChbauiJQ-CAq7XykuY-33" parent="pwChbauiJQ-CAq7XykuY-23" style="shape=tableRow;horizontal=0;startSize=0;swimlaneHead=0;swimlaneBody=0;fillColor=none;collapsible=0;dropTarget=0;points=[[0,0.5],[1,0.5]];portConstraint=eastwest;top=0;left=0;right=0;bottom=0;" vertex="1">
          <mxGeometry height="30" width="210" y="120" as="geometry" />
        </mxCell>
        <mxCell id="pwChbauiJQ-CAq7XykuY-34" parent="pwChbauiJQ-CAq7XykuY-33" style="shape=partialRectangle;connectable=0;fillColor=none;top=0;left=0;bottom=0;right=0;editable=1;overflow=hidden;whiteSpace=wrap;html=1;" vertex="1">
          <mxGeometry height="30" width="30" as="geometry">
            <mxRectangle height="30" width="30" as="alternateBounds" />
          </mxGeometry>
        </mxCell>
        <mxCell id="pwChbauiJQ-CAq7XykuY-35" parent="pwChbauiJQ-CAq7XykuY-33" style="shape=partialRectangle;connectable=0;fillColor=none;top=0;left=0;bottom=0;right=0;align=left;spacingLeft=6;overflow=hidden;whiteSpace=wrap;html=1;" value="Mensagem STRING NOT NULL" vertex="1">
          <mxGeometry height="30" width="180" x="30" as="geometry">
            <mxRectangle height="30" width="180" as="alternateBounds" />
          </mxGeometry>
        </mxCell>
      </root>
    </mxGraphModel>
  </diagram>
</mxfile>
